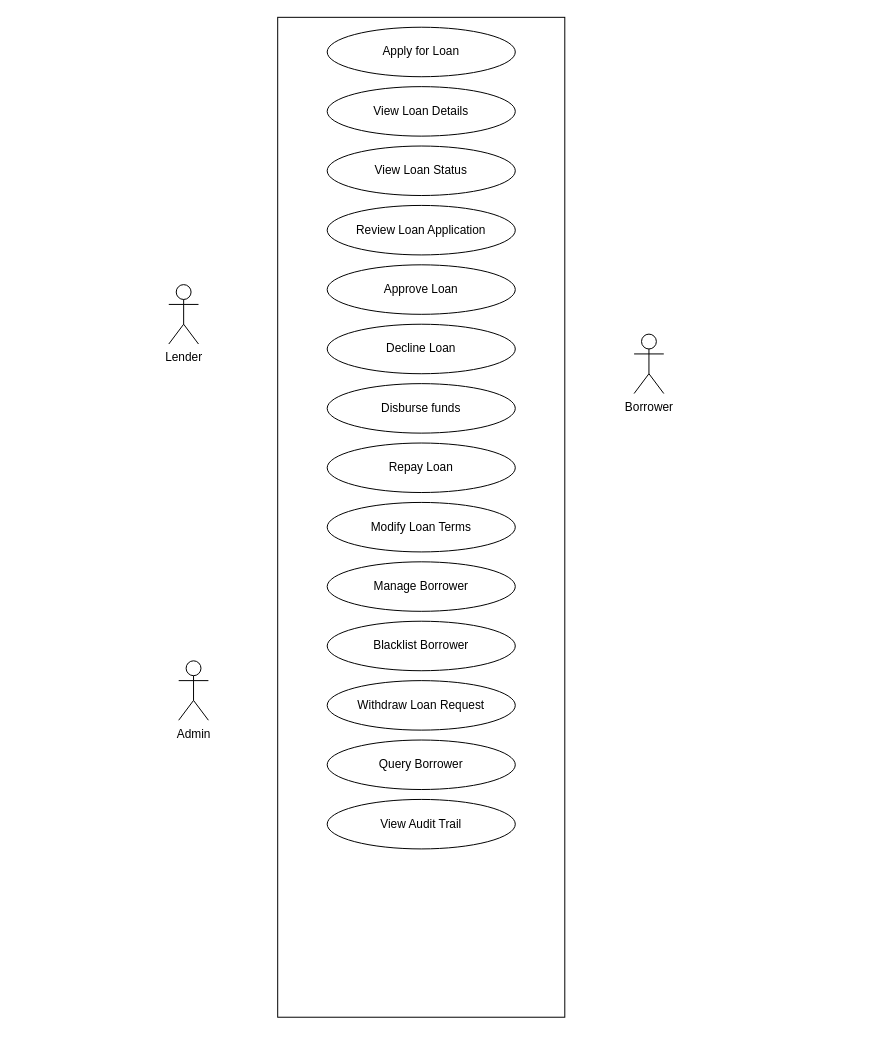
This is src/usecase.drawio from miriam-samuels/loan-management, a draw.io file, before an edit. Source tidied: cells renumbered, new cells numbered last; positions are measured from the earlier drawing's top-left corner, leaving out a move shared by most shapes. Both pictures are drawn from the tidied source at 99%, with x=0, y=0 at pixel (168, 17).
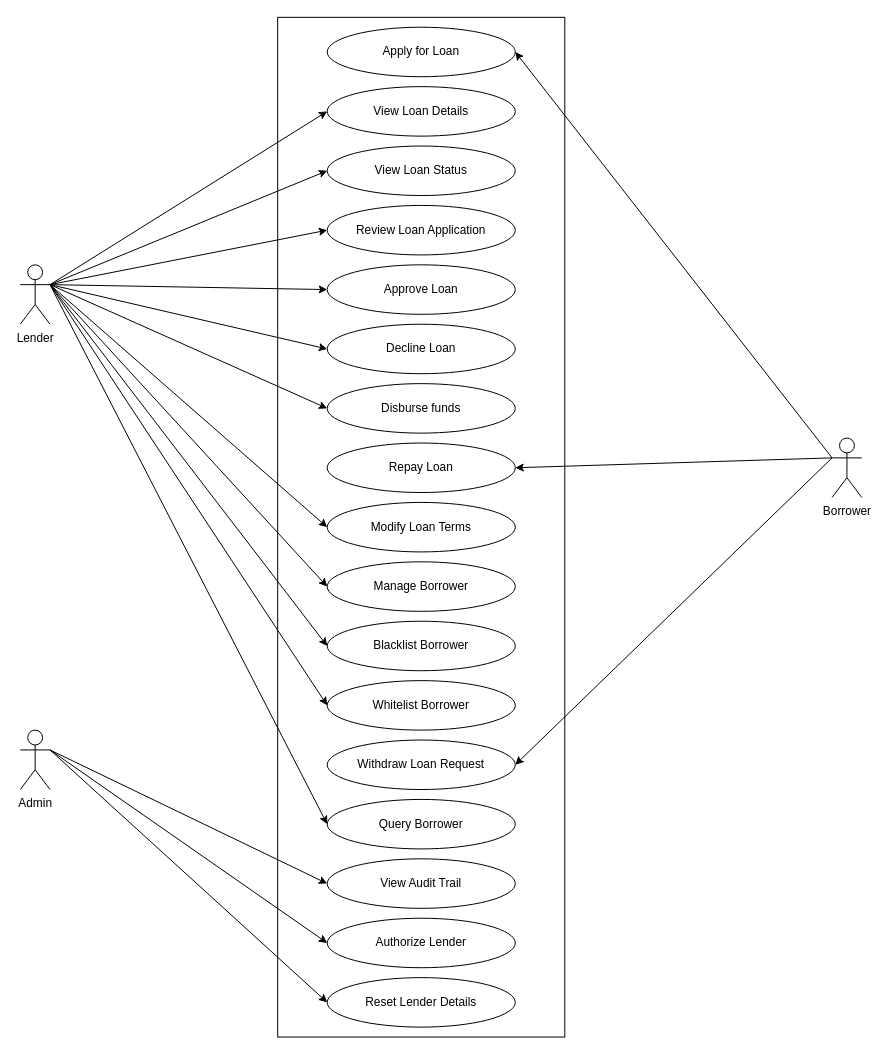
The same page after the edit.

The change refers to these unchanged cells:
```xml
<mxCell id="6" value="Review Loan Application" style="ellipse;whiteSpace=wrap;html=1;" parent="1" vertex="1">
  <mxGeometry x="160" y="190" width="190" height="50" as="geometry" />
</mxCell>
<mxCell id="7" value="Approve Loan" style="ellipse;whiteSpace=wrap;html=1;" parent="1" vertex="1">
  <mxGeometry x="160" y="250" width="190" height="50" as="geometry" />
</mxCell>
<mxCell id="8" value="Decline Loan" style="ellipse;whiteSpace=wrap;html=1;" parent="1" vertex="1">
  <mxGeometry x="160" y="310" width="190" height="50" as="geometry" />
</mxCell>
<mxCell id="9" value="Disburse funds" style="ellipse;whiteSpace=wrap;html=1;" parent="1" vertex="1">
  <mxGeometry x="160" y="370" width="190" height="50" as="geometry" />
</mxCell>
<mxCell id="10" value="Repay Loan" style="ellipse;whiteSpace=wrap;html=1;" parent="1" vertex="1">
  <mxGeometry x="160" y="430" width="190" height="50" as="geometry" />
</mxCell>
<mxCell id="11" value="Modify Loan Terms" style="ellipse;whiteSpace=wrap;html=1;" parent="1" vertex="1">
  <mxGeometry x="160" y="490" width="190" height="50" as="geometry" />
</mxCell>
<mxCell id="12" value="Manage Borrower" style="ellipse;whiteSpace=wrap;html=1;" parent="1" vertex="1">
  <mxGeometry x="160" y="550" width="190" height="50" as="geometry" />
</mxCell>
<mxCell id="13" value="Blacklist Borrower" style="ellipse;whiteSpace=wrap;html=1;" parent="1" vertex="1">
  <mxGeometry x="160" y="610" width="190" height="50" as="geometry" />
</mxCell>
<mxCell id="15" value="View Loan Status" style="ellipse;whiteSpace=wrap;html=1;" parent="1" vertex="1">
  <mxGeometry x="160" y="130" width="190" height="50" as="geometry" />
</mxCell>
<mxCell id="16" value="View Loan Details" style="ellipse;whiteSpace=wrap;html=1;" parent="1" vertex="1">
  <mxGeometry x="160" y="70" width="190" height="50" as="geometry" />
</mxCell>
<mxCell id="18" value="Apply for Loan" style="ellipse;whiteSpace=wrap;html=1;" parent="1" vertex="1">
  <mxGeometry x="160" y="10" width="190" height="50" as="geometry" />
</mxCell>
```

The edit, as a diff of the source:
```diff
@@
     <mxCell id="2" value="Admin" style="shape=umlActor;verticalLabelPosition=bottom;verticalAlign=top;html=1;outlineConnect=0;" parent="1" vertex="1">
-      <mxGeometry x="10" y="650" width="30" height="60" as="geometry" />
+      <mxGeometry x="-150" y="720" width="30" height="60" as="geometry" />
     </mxCell>
     <mxCell id="3" value="Lender" style="shape=umlActor;verticalLabelPosition=bottom;verticalAlign=top;html=1;outlineConnect=0;" parent="1" vertex="1">
-      <mxGeometry y="270" width="30" height="60" as="geometry" />
+      <mxGeometry x="-150" y="250" width="30" height="60" as="geometry" />
     </mxCell>
     <mxCell id="4" value="Borrower" style="shape=umlActor;verticalLabelPosition=bottom;verticalAlign=top;html=1;outlineConnect=0;" parent="1" vertex="1">
-      <mxGeometry x="470" y="320" width="30" height="60" as="geometry" />
+      <mxGeometry x="670" y="425" width="30" height="60" as="geometry" />
     </mxCell>
     <mxCell id="5" style="rounded=0;whiteSpace=wrap;html=1;" parent="1" vertex="1">
-      <mxGeometry x="110" width="290" height="1010" as="geometry" />
+      <mxGeometry x="110" width="290" height="1030" as="geometry" />
     </mxCell>
@@
     <mxCell id="14" value="View Audit Trail" style="ellipse;whiteSpace=wrap;html=1;" parent="1" vertex="1">
-      <mxGeometry x="160" y="790" width="190" height="50" as="geometry" />
+      <mxGeometry x="160" y="850" width="190" height="50" as="geometry" />
     </mxCell>
@@
     <mxCell id="17" value="Query Borrower" style="ellipse;whiteSpace=wrap;html=1;" parent="1" vertex="1">
-      <mxGeometry x="160" y="730" width="190" height="50" as="geometry" />
+      <mxGeometry x="160" y="790" width="190" height="50" as="geometry" />
     </mxCell>
@@
     <mxCell id="19" value="Withdraw Loan Request" style="ellipse;whiteSpace=wrap;html=1;" parent="1" vertex="1">
-      <mxGeometry x="160" y="670" width="190" height="50" as="geometry" />
+      <mxGeometry x="160" y="730" width="190" height="50" as="geometry" />
     </mxCell>
+    <mxCell id="20" value="Whitelist Borrower" style="ellipse;whiteSpace=wrap;html=1;" parent="1" vertex="1">
+      <mxGeometry x="160" y="670" width="190" height="50" as="geometry" />
+    </mxCell>
+    <mxCell id="21" value="Authorize Lender" style="ellipse;whiteSpace=wrap;html=1;" parent="1" vertex="1">
+      <mxGeometry x="160" y="910" width="190" height="50" as="geometry" />
+    </mxCell>
+    <mxCell id="22" value="Reset Lender Details" style="ellipse;whiteSpace=wrap;html=1;" parent="1" vertex="1">
+      <mxGeometry x="160" y="970" width="190" height="50" as="geometry" />
+    </mxCell>
+    <mxCell id="23" style="endArrow=classic;html=1;rounded=0;entryX=1;entryY=0.5;entryDx=0;entryDy=0;exitX=0;exitY=0.3333333333333333;exitDx=0;exitDy=0;exitPerimeter=0;" parent="1" edge="1" source="4" target="18">
+      <mxGeometry relative="1" as="geometry" />
+    </mxCell>
+    <mxCell id="24" style="endArrow=classic;html=1;rounded=0;exitX=1;exitY=0.3333333333333333;exitDx=0;exitDy=0;exitPerimeter=0;entryX=0;entryY=0.5;entryDx=0;entryDy=0;" parent="1" edge="1" source="3" target="16">
+      <mxGeometry relative="1" as="geometry" />
+    </mxCell>
+    <mxCell id="25" style="endArrow=classic;html=1;rounded=0;exitX=1;exitY=0.3333333333333333;exitDx=0;exitDy=0;exitPerimeter=0;entryX=0;entryY=0.5;entryDx=0;entryDy=0;" parent="1" edge="1" source="3" target="15">
+      <mxGeometry relative="1" as="geometry" />
+    </mxCell>
+    <mxCell id="26" style="endArrow=classic;html=1;rounded=0;entryX=0;entryY=0.5;entryDx=0;entryDy=0;" parent="1" edge="1" target="6">
+      <mxGeometry relative="1" as="geometry">
+        <mxPoint x="-120" y="270" as="sourcePoint" />
+      </mxGeometry>
+    </mxCell>
+    <mxCell id="27" style="endArrow=classic;html=1;rounded=0;exitX=1;exitY=0.3333333333333333;exitDx=0;exitDy=0;exitPerimeter=0;entryX=0;entryY=0.5;entryDx=0;entryDy=0;" parent="1" edge="1" source="3" target="7">
+      <mxGeometry relative="1" as="geometry" />
+    </mxCell>
+    <mxCell id="28" style="endArrow=classic;html=1;rounded=0;entryX=0;entryY=0.5;entryDx=0;entryDy=0;" parent="1" edge="1" target="8">
+      <mxGeometry relative="1" as="geometry">
+        <mxPoint x="-120" y="270" as="sourcePoint" />
+      </mxGeometry>
+    </mxCell>
+    <mxCell id="29" style="endArrow=classic;html=1;rounded=0;entryX=0;entryY=0.5;entryDx=0;entryDy=0;exitX=1;exitY=0.3333333333333333;exitDx=0;exitDy=0;exitPerimeter=0;" parent="1" edge="1" source="3" target="9">
+      <mxGeometry relative="1" as="geometry" />
+    </mxCell>
+    <mxCell id="30" style="endArrow=classic;html=1;rounded=0;exitX=1;exitY=0.3333333333333333;exitDx=0;exitDy=0;exitPerimeter=0;entryX=0;entryY=0.5;entryDx=0;entryDy=0;" parent="1" edge="1" source="3" target="11">
+      <mxGeometry relative="1" as="geometry" />
+    </mxCell>
+    <mxCell id="31" style="endArrow=classic;html=1;rounded=0;entryX=0;entryY=0.5;entryDx=0;entryDy=0;exitX=1;exitY=0.3333333333333333;exitDx=0;exitDy=0;exitPerimeter=0;" parent="1" edge="1" source="3" target="12">
+      <mxGeometry relative="1" as="geometry" />
+    </mxCell>
+    <mxCell id="32" style="endArrow=classic;html=1;rounded=0;exitX=0;exitY=0.3333333333333333;exitDx=0;exitDy=0;exitPerimeter=0;entryX=1;entryY=0.5;entryDx=0;entryDy=0;" parent="1" edge="1" source="4" target="10">
+      <mxGeometry relative="1" as="geometry" />
+    </mxCell>
+    <mxCell id="33" style="endArrow=classic;html=1;rounded=0;entryX=0;entryY=0.5;entryDx=0;entryDy=0;exitX=1;exitY=0.3333333333333333;exitDx=0;exitDy=0;exitPerimeter=0;" parent="1" edge="1" source="2" target="22">
+      <mxGeometry relative="1" as="geometry" />
+    </mxCell>
+    <mxCell id="34" style="endArrow=classic;html=1;rounded=0;exitX=1;exitY=0.3333333333333333;exitDx=0;exitDy=0;exitPerimeter=0;entryX=0;entryY=0.5;entryDx=0;entryDy=0;" parent="1" edge="1" source="2" target="21">
+      <mxGeometry relative="1" as="geometry" />
+    </mxCell>
+    <mxCell id="35" style="endArrow=classic;html=1;rounded=0;exitX=1;exitY=0.3333333333333333;exitDx=0;exitDy=0;exitPerimeter=0;entryX=0;entryY=0.5;entryDx=0;entryDy=0;" parent="1" edge="1" source="2" target="14">
+      <mxGeometry relative="1" as="geometry" />
+    </mxCell>
+    <mxCell id="36" style="endArrow=classic;html=1;rounded=0;exitX=1;exitY=0.3333333333333333;exitDx=0;exitDy=0;exitPerimeter=0;entryX=0;entryY=0.5;entryDx=0;entryDy=0;" parent="1" edge="1" source="3" target="13">
+      <mxGeometry relative="1" as="geometry" />
+    </mxCell>
+    <mxCell id="37" style="endArrow=classic;html=1;rounded=0;exitX=1;exitY=0.3333333333333333;exitDx=0;exitDy=0;exitPerimeter=0;entryX=0;entryY=0.5;entryDx=0;entryDy=0;" parent="1" edge="1" source="3" target="20">
+      <mxGeometry relative="1" as="geometry" />
+    </mxCell>
+    <mxCell id="38" style="endArrow=classic;html=1;rounded=0;exitX=0;exitY=0.3333333333333333;exitDx=0;exitDy=0;exitPerimeter=0;entryX=1;entryY=0.5;entryDx=0;entryDy=0;" parent="1" edge="1" source="4" target="19">
+      <mxGeometry relative="1" as="geometry" />
+    </mxCell>
+    <mxCell id="39" style="endArrow=classic;html=1;rounded=0;entryX=0;entryY=0.5;entryDx=0;entryDy=0;exitX=1;exitY=0.3333333333333333;exitDx=0;exitDy=0;exitPerimeter=0;" parent="1" edge="1" source="3" target="17">
+      <mxGeometry relative="1" as="geometry" />
+    </mxCell>
```
